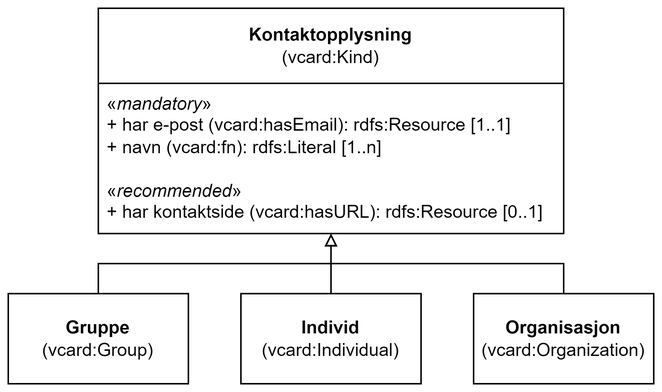
Earlier version of the draw.io export docs/images/Klassen-Kontaktopplysning.png (Informasjonsforvaltning/dcat-ap-no). Source tidied: cells renumbered, new cells last; positions are measured from the earlier drawing's top-left corner, leaving out a move shared by most shapes.
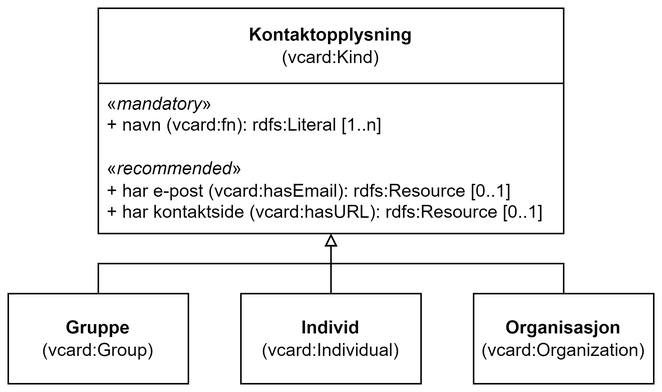
After the commit.

Diff of the diagram source:
```diff
@@ -5,7 +5,7 @@
     <mxCell id="2" value="&lt;div&gt;Kontaktopplysning&lt;/div&gt;&lt;div&gt;&lt;span style=&quot;font-weight: normal;&quot;&gt;(vcard:Kind)&lt;/span&gt;&lt;/div&gt;" style="swimlane;whiteSpace=wrap;html=1;startSize=50;" parent="1" vertex="1">
       <mxGeometry x="60" width="310" height="150" as="geometry" />
     </mxCell>
-    <mxCell id="3" value="«&lt;i style=&quot;&quot;&gt;mandatory&lt;/i&gt;»&lt;br&gt;&lt;div&gt;+ har e-post (vcard:hasEmail):&amp;nbsp;rdfs:Resource&amp;nbsp;[1..1]&lt;/div&gt;+ navn (vcard:fn): rdfs:Literal [1..n]&lt;br&gt;&lt;div&gt;&lt;div&gt;&lt;br&gt;&lt;/div&gt;&lt;/div&gt;&lt;div&gt;«&lt;i&gt;recommended&lt;/i&gt;»&lt;/div&gt;&lt;div&gt;+ har kontaktside (vcard:hasURL): rdfs:Resource [0..1]&lt;/div&gt;" style="text;strokeColor=none;fillColor=none;align=left;verticalAlign=top;spacingLeft=4;spacingRight=4;overflow=hidden;whiteSpace=wrap;html=1;" parent="2" vertex="1">
+    <mxCell id="3" value="«&lt;i style=&quot;&quot;&gt;mandatory&lt;/i&gt;»&lt;br&gt;&lt;div&gt;&lt;span style=&quot;background-color: initial;&quot;&gt;+ navn (vcard:fn): rdfs:Literal [1..n]&lt;/span&gt;&lt;br&gt;&lt;/div&gt;&lt;div&gt;&lt;div&gt;&lt;br&gt;&lt;/div&gt;&lt;/div&gt;&lt;div&gt;«&lt;i&gt;recommended&lt;/i&gt;»&lt;/div&gt;&lt;div&gt;+ har e-post (vcard:hasEmail):&amp;nbsp;rdfs:Resource&amp;nbsp;[0..1]&lt;/div&gt;&lt;div&gt;+ har kontaktside (vcard:hasURL): rdfs:Resource [0..1]&lt;/div&gt;&lt;div&gt;&lt;br&gt;&lt;/div&gt;" style="text;strokeColor=none;fillColor=none;align=left;verticalAlign=top;spacingLeft=4;spacingRight=4;overflow=hidden;whiteSpace=wrap;html=1;" parent="2" vertex="1">
       <mxGeometry y="50" width="320" height="100" as="geometry" />
     </mxCell>
     <mxCell id="4" style="endArrow=block;html=1;rounded=0;exitX=0.5;exitY=0;exitDx=0;exitDy=0;entryX=0.5;entryY=1;entryDx=0;entryDy=0;endFill=0;" parent="1" edge="1" target="2">
```
